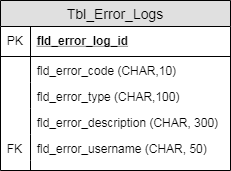
The draw.io diagram documentation/Error Log Entity.png in Djsiclait/MiniMarketInventoryManagement, before a commit. Source tidied: cells renumbered, new cells last; positions are measured from the earlier drawing's top-left corner, leaving out a move shared by most shapes. The source it was exported from:
```xml
<mxGraphModel>
  <root>
    <mxCell id="0" />
    <mxCell id="1" parent="0" />
    <mxCell id="2" value="Tbl_Error_Logs" style="swimlane;fontStyle=0;horizontal=1;startSize=26;fillColor=#e0e0e0;swimlaneFillColor=#ffffff;align=center;fontSize=14;" parent="1" vertex="1">
      <mxGeometry width="230" height="170" as="geometry" />
    </mxCell>
    <mxCell id="3" value="fld_error_log_id" style="shape=partialRectangle;top=0;left=0;right=0;bottom=1;align=left;verticalAlign=middle;fillColor=none;spacingLeft=34;spacingRight=4;overflow=hidden;fontStyle=5;fontSize=12;" parent="2" vertex="1">
      <mxGeometry y="26" width="230" height="30" as="geometry" />
    </mxCell>
    <mxCell id="4" value="PK" style="shape=partialRectangle;top=0;left=0;bottom=0;fillColor=none;align=left;verticalAlign=middle;spacingLeft=4;spacingRight=4;overflow=hidden;fontSize=12;" parent="3" vertex="1">
      <mxGeometry width="30" height="30" as="geometry" />
    </mxCell>
    <mxCell id="5" value="fld_error_code (CHAR,10)" style="shape=partialRectangle;top=0;left=0;right=0;bottom=0;align=left;verticalAlign=top;fillColor=none;spacingLeft=34;spacingRight=4;overflow=hidden;fontSize=12;" parent="2" vertex="1">
      <mxGeometry y="56" width="230" height="26" as="geometry" />
    </mxCell>
    <mxCell id="6" style="shape=partialRectangle;top=0;left=0;bottom=0;fillColor=none;align=left;verticalAlign=top;spacingLeft=4;spacingRight=4;overflow=hidden;fontSize=12;" parent="5" vertex="1">
      <mxGeometry width="30" height="26" as="geometry" />
    </mxCell>
    <mxCell id="7" value="fld_error_type (CHAR,100)" style="shape=partialRectangle;top=0;left=0;right=0;bottom=0;align=left;verticalAlign=top;fillColor=none;spacingLeft=34;spacingRight=4;overflow=hidden;fontSize=12;" parent="2" vertex="1">
      <mxGeometry y="82" width="230" height="26" as="geometry" />
    </mxCell>
    <mxCell id="8" style="shape=partialRectangle;top=0;left=0;bottom=0;fillColor=none;align=left;verticalAlign=top;spacingLeft=4;spacingRight=4;overflow=hidden;fontSize=12;" parent="7" vertex="1">
      <mxGeometry width="30" height="26" as="geometry" />
    </mxCell>
    <mxCell id="9" value="fld_error_description (CHAR, 300)" style="shape=partialRectangle;top=0;left=0;right=0;bottom=0;align=left;verticalAlign=top;fillColor=none;spacingLeft=34;spacingRight=4;overflow=hidden;fontSize=12;" parent="2" vertex="1">
      <mxGeometry y="108" width="230" height="26" as="geometry" />
    </mxCell>
    <mxCell id="10" style="shape=partialRectangle;top=0;left=0;bottom=0;fillColor=none;align=left;verticalAlign=top;spacingLeft=4;spacingRight=4;overflow=hidden;fontSize=12;" parent="9" vertex="1">
      <mxGeometry width="30" height="26" as="geometry" />
    </mxCell>
    <mxCell id="11" value="fld_error_username (CHAR, 50)" style="shape=partialRectangle;top=0;left=0;right=0;bottom=0;align=left;verticalAlign=top;fillColor=none;spacingLeft=34;spacingRight=4;overflow=hidden;fontSize=12;" parent="2" vertex="1">
      <mxGeometry y="134" width="230" height="26" as="geometry" />
    </mxCell>
    <mxCell id="12" value="FK" style="shape=partialRectangle;top=0;left=0;bottom=0;fillColor=none;align=left;verticalAlign=top;spacingLeft=4;spacingRight=4;overflow=hidden;fontSize=12;" parent="11" vertex="1">
      <mxGeometry width="30" height="26" as="geometry" />
    </mxCell>
    <mxCell id="13" style="shape=partialRectangle;top=0;left=0;right=0;bottom=0;align=left;verticalAlign=top;fillColor=none;spacingLeft=34;spacingRight=4;overflow=hidden;fontSize=12;" parent="2" vertex="1">
      <mxGeometry y="160" width="230" height="10" as="geometry" />
    </mxCell>
    <mxCell id="14" style="shape=partialRectangle;top=0;left=0;bottom=0;fillColor=none;align=left;verticalAlign=top;spacingLeft=4;spacingRight=4;overflow=hidden;fontSize=12;" parent="13" vertex="1">
      <mxGeometry width="30" height="10" as="geometry" />
    </mxCell>
  </root>
</mxGraphModel>
```
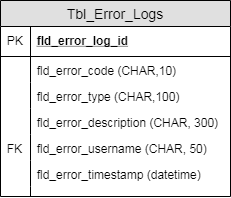
Above is the later version.

Change to the diagram source:
```diff
@@ -3,7 +3,7 @@
     <mxCell id="0" />
     <mxCell id="1" parent="0" />
     <mxCell id="2" value="Tbl_Error_Logs" style="swimlane;fontStyle=0;horizontal=1;startSize=26;fillColor=#e0e0e0;swimlaneFillColor=#ffffff;align=center;fontSize=14;" parent="1" vertex="1">
-      <mxGeometry width="230" height="170" as="geometry" />
+      <mxGeometry width="230" height="196" as="geometry" />
     </mxCell>
     <mxCell id="3" value="fld_error_log_id" style="shape=partialRectangle;top=0;left=0;right=0;bottom=1;align=left;verticalAlign=middle;fillColor=none;spacingLeft=34;spacingRight=4;overflow=hidden;fontStyle=5;fontSize=12;" parent="2" vertex="1">
       <mxGeometry y="26" width="230" height="30" as="geometry" />
@@ -35,11 +35,17 @@
     <mxCell id="12" value="FK" style="shape=partialRectangle;top=0;left=0;bottom=0;fillColor=none;align=left;verticalAlign=top;spacingLeft=4;spacingRight=4;overflow=hidden;fontSize=12;" parent="11" vertex="1">
       <mxGeometry width="30" height="26" as="geometry" />
     </mxCell>
-    <mxCell id="13" style="shape=partialRectangle;top=0;left=0;right=0;bottom=0;align=left;verticalAlign=top;fillColor=none;spacingLeft=34;spacingRight=4;overflow=hidden;fontSize=12;" parent="2" vertex="1">
-      <mxGeometry y="160" width="230" height="10" as="geometry" />
+    <mxCell id="13" value="fld_error_timestamp (datetime)" style="shape=partialRectangle;top=0;left=0;right=0;bottom=0;align=left;verticalAlign=top;fillColor=none;spacingLeft=34;spacingRight=4;overflow=hidden;fontSize=12;" parent="2" vertex="1">
+      <mxGeometry y="160" width="230" height="26" as="geometry" />
     </mxCell>
     <mxCell id="14" style="shape=partialRectangle;top=0;left=0;bottom=0;fillColor=none;align=left;verticalAlign=top;spacingLeft=4;spacingRight=4;overflow=hidden;fontSize=12;" parent="13" vertex="1">
-      <mxGeometry width="30" height="10" as="geometry" />
+      <mxGeometry width="30" height="26" as="geometry" />
     </mxCell>
+    <mxCell id="15" style="shape=partialRectangle;top=0;left=0;right=0;bottom=0;align=left;verticalAlign=top;fillColor=none;spacingLeft=34;spacingRight=4;overflow=hidden;fontSize=12;" parent="2" vertex="1">
+      <mxGeometry y="186" width="230" height="10" as="geometry" />
+    </mxCell>
+    <mxCell id="16" style="shape=partialRectangle;top=0;left=0;bottom=0;fillColor=none;align=left;verticalAlign=top;spacingLeft=4;spacingRight=4;overflow=hidden;fontSize=12;" parent="15" vertex="1">
+      <mxGeometry width="30" height="10" as="geometry" />
+    </mxCell>
   </root>
 </mxGraphModel>
```
